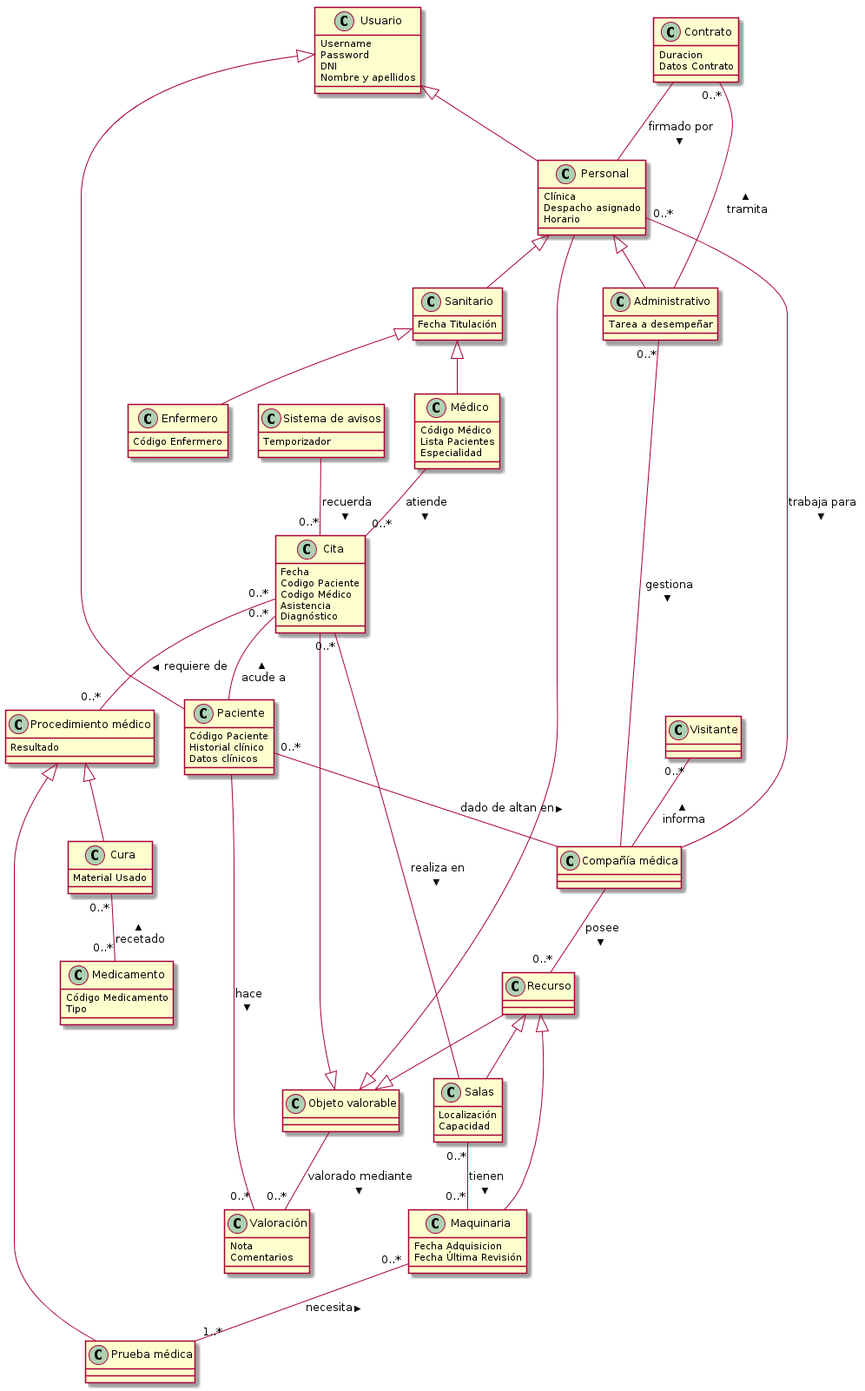
The PlantUML diagram p3/diagramas/diagramaClases.png in jmml97/fis-practicas, before a commit.
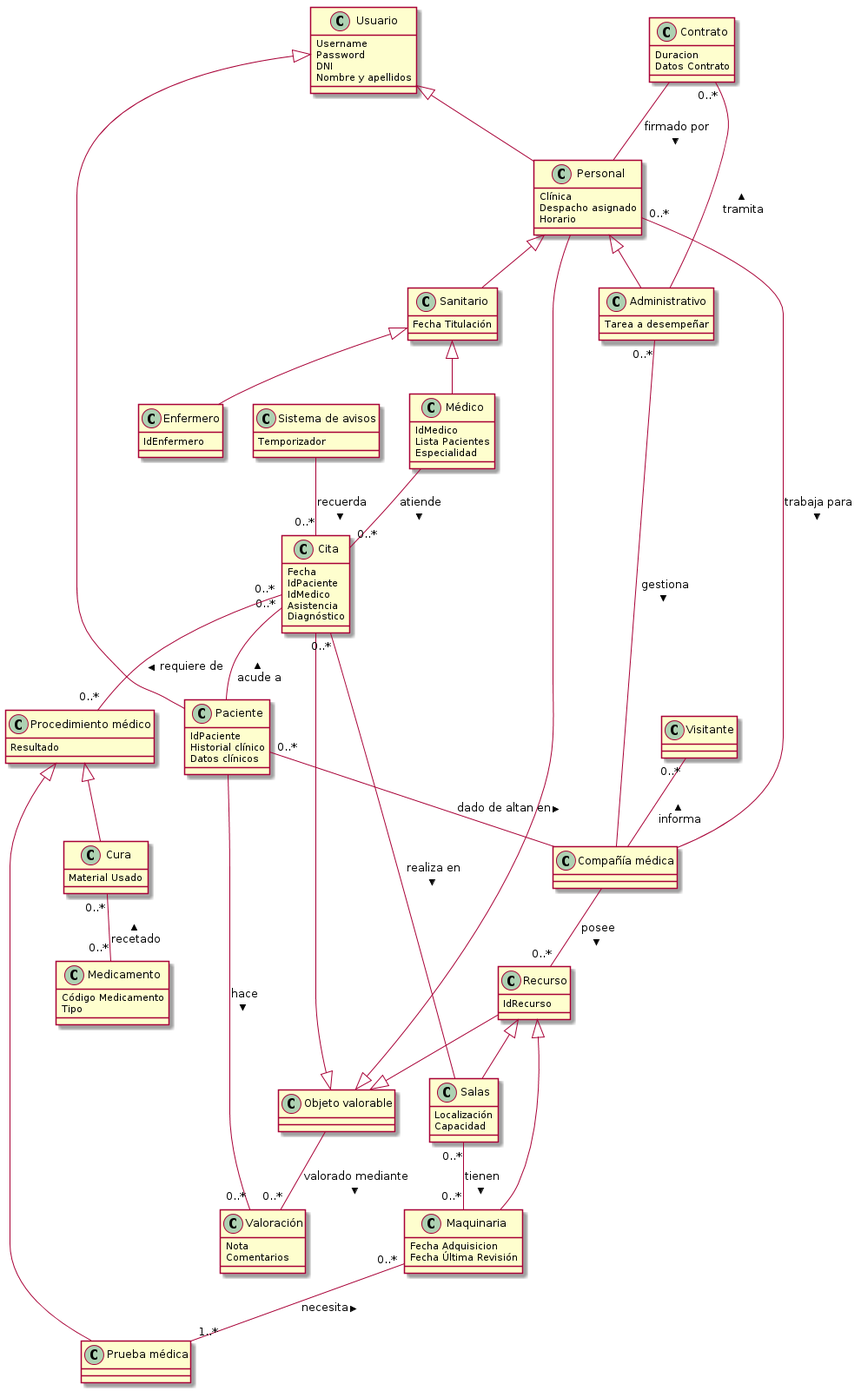
After the change.

Commit message:
Modifica atributos

The edit, as a diff of the source:
```diff
@@ -13,7 +13,7 @@
 }
 
 class Paciente {
-  Código Paciente
+  IdPaciente
   Historial clínico
   Datos clínicos
 }
@@ -33,19 +33,19 @@
 }
 
 class Enfermero{
-  Código Enfermero
+  IdEnfermero
 }
 
 class Médico {
-  Código Médico
+  IdMedico
   Lista Pacientes
   Especialidad
 }
 
 class Cita {
   Fecha
-  Codigo Paciente
-  Codigo Médico
+  IdPaciente
+  IdMedico
   Asistencia
   Diagnóstico
 }
@@ -65,7 +65,9 @@
 
 class "Compañía médica" as CM
 
-class Recurso
+class Recurso {
+  IdRecurso
+}
 
 class Salas{
   Localización
```
